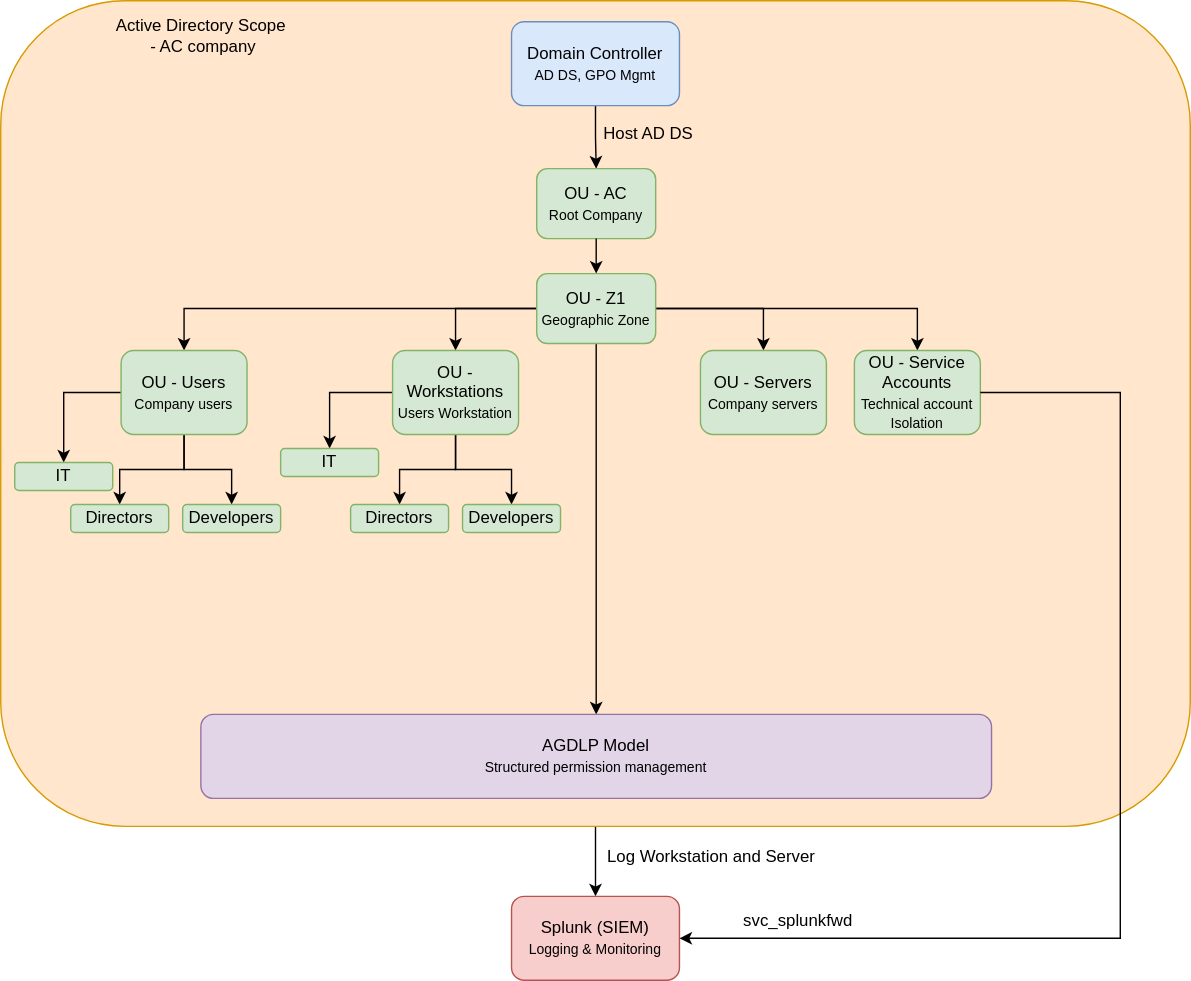
Before: docs/AD_Arch_1.svg, a diagram exported from draw.io (francescodigenova/ad-infra-hardening). Source tidied: cells renumbered, new cells last; positions are measured from the earlier drawing's top-left corner, leaving out a move shared by most shapes.
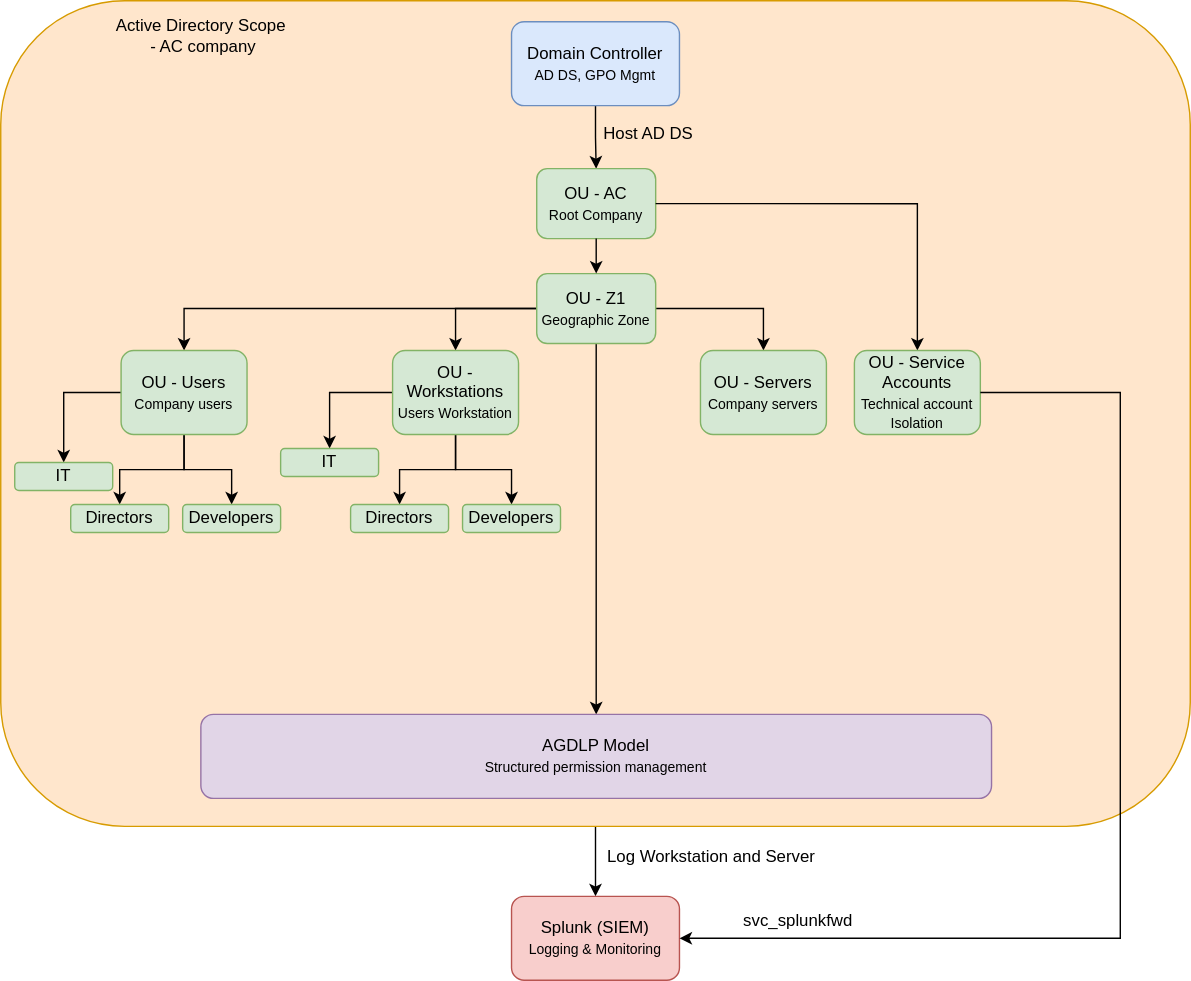
After the commit.

The edit, as a diff of the source:
```diff
@@ -29,7 +29,7 @@
     <mxCell id="10" style="edgeStyle=orthogonalEdgeStyle;rounded=0;jettySize=auto;html=1;" parent="1" edge="1" source="13" target="23">
       <mxGeometry relative="1" as="geometry" />
     </mxCell>
-    <mxCell id="11" style="edgeStyle=orthogonalEdgeStyle;rounded=0;jettySize=auto;html=1;" parent="1" edge="1" source="13" target="24">
+    <mxCell id="11" style="edgeStyle=orthogonalEdgeStyle;rounded=0;jettySize=auto;html=1;exitX=1;exitY=0.5;exitDx=0;exitDy=0;" parent="1" edge="1" source="7" target="24">
       <mxGeometry relative="1" as="geometry" />
     </mxCell>
     <mxCell id="12" style="edgeStyle=orthogonalEdgeStyle;rounded=0;jettySize=auto;html=1;" parent="1" edge="1" source="13" target="25">
```
